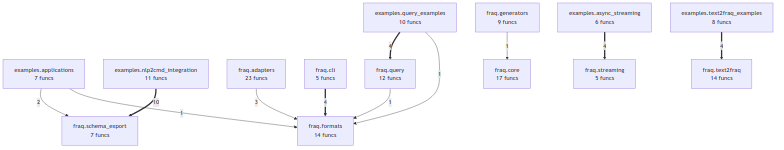
The Mermaid diagram project/compact_flow.png in wronai/fraq, before a commit. Its source is kept beside it as project/compact_flow.mmd. The source it was exported from:
```mermaid
flowchart TD
    examples_applications["examples.applications<br/>7 funcs"]
    examples_async_streaming["examples.async_streaming<br/>6 funcs"]
    examples_nlp2cmd_integration["examples.nlp2cmd_integration<br/>11 funcs"]
    examples_query_examples["examples.query_examples<br/>10 funcs"]
    examples_text2fraq_examples["examples.text2fraq_examples<br/>8 funcs"]
    fraq_adapters["fraq.adapters<br/>23 funcs"]
    fraq_cli["fraq.cli<br/>5 funcs"]
    fraq_core["fraq.core<br/>17 funcs"]
    fraq_formats["fraq.formats<br/>14 funcs"]
    fraq_generators["fraq.generators<br/>9 funcs"]
    fraq_query["fraq.query<br/>12 funcs"]
    fraq_schema_export["fraq.schema_export<br/>7 funcs"]
    fraq_streaming["fraq.streaming<br/>5 funcs"]
    fraq_text2fraq["fraq.text2fraq<br/>14 funcs"]
    examples_nlp2cmd_integration ==>|10| fraq_schema_export
    fraq_cli ==>|4| fraq_formats
    examples_async_streaming ==>|4| fraq_streaming
    examples_query_examples ==>|4| fraq_query
    examples_text2fraq_examples ==>|4| fraq_text2fraq
    fraq_adapters -->|3| fraq_formats
    examples_applications -->|2| fraq_schema_export
    fraq_generators -->|1| fraq_core
    examples_applications -->|1| fraq_formats
    examples_query_examples -->|1| fraq_formats
    fraq_query -->|1| fraq_formats
```
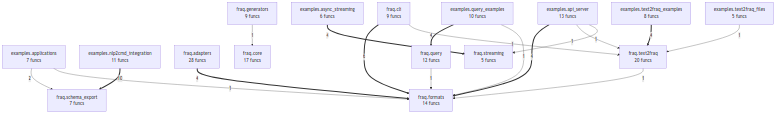
Above is the later version.

Diff of the diagram source:
```diff
@@ -1,26 +1,34 @@
 flowchart TD
+    examples_api_server["examples.api_server<br/>13 funcs"]
     examples_applications["examples.applications<br/>7 funcs"]
     examples_async_streaming["examples.async_streaming<br/>6 funcs"]
     examples_nlp2cmd_integration["examples.nlp2cmd_integration<br/>11 funcs"]
     examples_query_examples["examples.query_examples<br/>10 funcs"]
     examples_text2fraq_examples["examples.text2fraq_examples<br/>8 funcs"]
-    fraq_adapters["fraq.adapters<br/>23 funcs"]
-    fraq_cli["fraq.cli<br/>5 funcs"]
+    examples_text2fraq_files["examples.text2fraq_files<br/>5 funcs"]
+    fraq_adapters["fraq.adapters<br/>28 funcs"]
+    fraq_cli["fraq.cli<br/>9 funcs"]
     fraq_core["fraq.core<br/>17 funcs"]
     fraq_formats["fraq.formats<br/>14 funcs"]
     fraq_generators["fraq.generators<br/>9 funcs"]
     fraq_query["fraq.query<br/>12 funcs"]
     fraq_schema_export["fraq.schema_export<br/>7 funcs"]
     fraq_streaming["fraq.streaming<br/>5 funcs"]
-    fraq_text2fraq["fraq.text2fraq<br/>14 funcs"]
+    fraq_text2fraq["fraq.text2fraq<br/>20 funcs"]
     examples_nlp2cmd_integration ==>|10| fraq_schema_export
-    fraq_cli ==>|4| fraq_formats
+    fraq_cli ==>|6| fraq_formats
+    fraq_adapters ==>|4| fraq_formats
     examples_async_streaming ==>|4| fraq_streaming
     examples_query_examples ==>|4| fraq_query
     examples_text2fraq_examples ==>|4| fraq_text2fraq
-    fraq_adapters -->|3| fraq_formats
+    examples_api_server ==>|4| fraq_formats
     examples_applications -->|2| fraq_schema_export
+    fraq_cli -->|1| fraq_text2fraq
     fraq_generators -->|1| fraq_core
     examples_applications -->|1| fraq_formats
     examples_query_examples -->|1| fraq_formats
+    examples_api_server -->|1| fraq_text2fraq
+    examples_api_server -->|1| fraq_streaming
+    examples_text2fraq_files -->|1| fraq_text2fraq
     fraq_query -->|1| fraq_formats
+    fraq_text2fraq -->|1| fraq_formats
```
